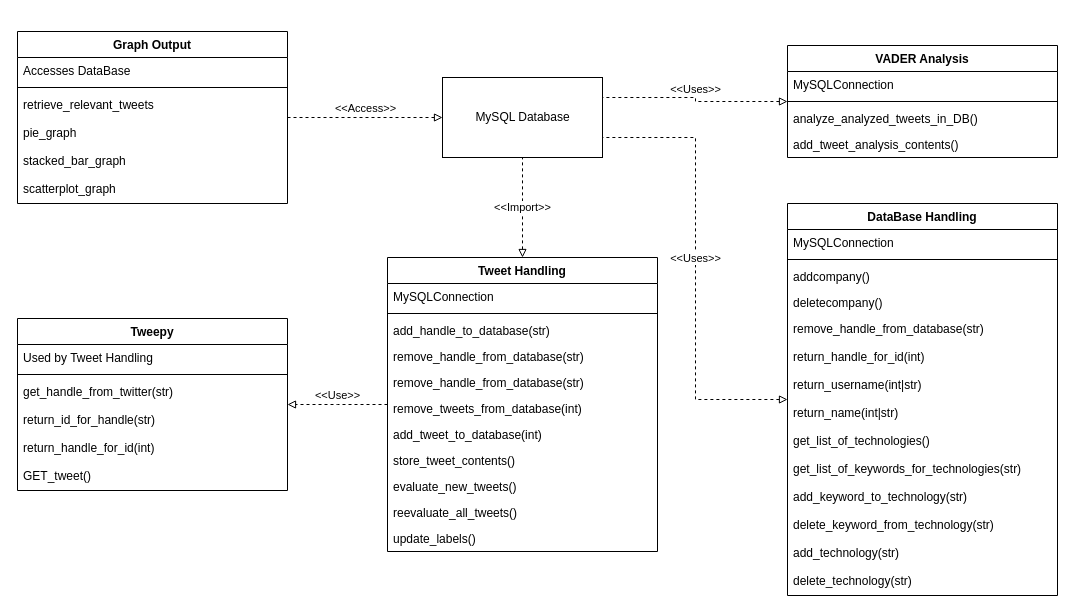
Before: uml/Iteration4SubsystemClassDiagram.drawio in agarcia169/4306-Donaldson-Project, a draw.io diagram. Source tidied: cells renumbered, new cells numbered last; positions are measured from the earlier drawing's top-left corner, leaving out a move shared by most shapes. Both pictures are drawn from the tidied source at 100%, with x=0, y=0 at pixel (17, 31).
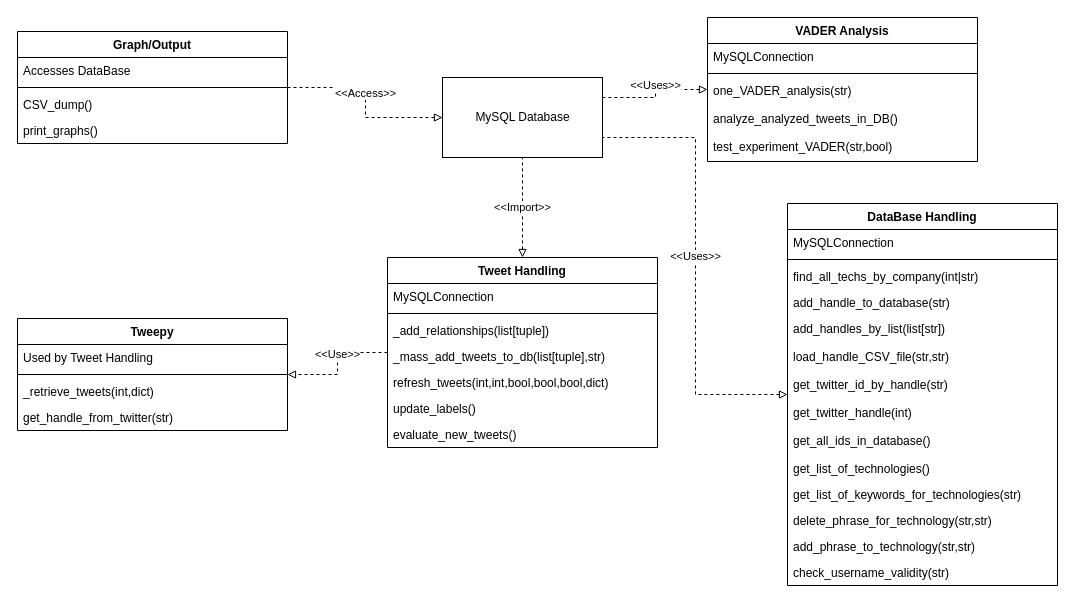
The same diagram, later.

What changed in the source:
```diff
@@
     <mxCell id="5" value="Tweepy" style="swimlane;fontStyle=1;align=center;verticalAlign=top;horizontal=1;startSize=26;" parent="1" vertex="1">
-      <mxGeometry y="287" width="270" height="172" as="geometry" />
+      <mxGeometry y="287" width="270" height="112" as="geometry" />
     </mxCell>
@@
+    <mxCell id="54" value="_retrieve_tweets(int,dict)" style="text;strokeColor=none;fillColor=none;align=left;verticalAlign=top;spacingLeft=4;spacingRight=4;overflow=hidden;" parent="5" vertex="1">
+      <mxGeometry y="60" width="270" height="26" as="geometry" />
+    </mxCell>
     <mxCell id="8" value="get_handle_from_twitter(str)" style="text;strokeColor=none;fillColor=none;align=left;verticalAlign=top;spacingLeft=4;spacingRight=4;overflow=hidden;" parent="5" vertex="1">
-      <mxGeometry y="60" width="270" height="28" as="geometry" />
+      <mxGeometry y="86" width="270" height="26" as="geometry" />
     </mxCell>
-    <mxCell id="9" value="return_id_for_handle(str)" style="text;strokeColor=none;fillColor=none;align=left;verticalAlign=top;spacingLeft=4;spacingRight=4;overflow=hidden;" parent="5" vertex="1">
-      <mxGeometry y="88" width="270" height="28" as="geometry" />
-    </mxCell>
-    <mxCell id="10" value="return_handle_for_id(int)" style="text;strokeColor=none;fillColor=none;align=left;verticalAlign=top;spacingLeft=4;spacingRight=4;overflow=hidden;" parent="5" vertex="1">
-      <mxGeometry y="116" width="270" height="28" as="geometry" />
-    </mxCell>
-    <mxCell id="11" value="GET_tweet()" style="text;strokeColor=none;fillColor=none;align=left;verticalAlign=top;spacingLeft=4;spacingRight=4;overflow=hidden;" parent="5" vertex="1">
-      <mxGeometry y="144" width="270" height="28" as="geometry" />
-    </mxCell>
-    <mxCell id="12" value="Graph Output" style="swimlane;fontStyle=1;align=center;verticalAlign=top;horizontal=1;startSize=26;" parent="1" vertex="1">
-      <mxGeometry width="270" height="172" as="geometry" />
+    <mxCell id="12" value="Graph/Output" style="swimlane;fontStyle=1;align=center;verticalAlign=top;horizontal=1;startSize=26;" parent="1" vertex="1">
+      <mxGeometry width="270" height="112" as="geometry" />
     </mxCell>
@@
-    <mxCell id="15" value="retrieve_relevant_tweets" style="text;strokeColor=none;fillColor=none;align=left;verticalAlign=top;spacingLeft=4;spacingRight=4;overflow=hidden;" parent="12" vertex="1">
-      <mxGeometry y="60" width="270" height="28" as="geometry" />
-    </mxCell>
-    <mxCell id="16" value="pie_graph&#10;" style="text;strokeColor=none;fillColor=none;align=left;verticalAlign=top;spacingLeft=4;spacingRight=4;overflow=hidden;" parent="12" vertex="1">
-      <mxGeometry y="88" width="270" height="28" as="geometry" />
-    </mxCell>
-    <mxCell id="17" value="stacked_bar_graph" style="text;strokeColor=none;fillColor=none;align=left;verticalAlign=top;spacingLeft=4;spacingRight=4;overflow=hidden;" parent="12" vertex="1">
-      <mxGeometry y="116" width="270" height="28" as="geometry" />
-    </mxCell>
-    <mxCell id="18" value="scatterplot_graph" style="text;strokeColor=none;fillColor=none;align=left;verticalAlign=top;spacingLeft=4;spacingRight=4;overflow=hidden;" parent="12" vertex="1">
-      <mxGeometry y="144" width="270" height="28" as="geometry" />
-    </mxCell>
+    <mxCell id="55" value="CSV_dump()" style="text;strokeColor=none;fillColor=none;align=left;verticalAlign=top;spacingLeft=4;spacingRight=4;overflow=hidden;" parent="12" vertex="1">
+      <mxGeometry y="60" width="270" height="26" as="geometry" />
+    </mxCell>
+    <mxCell id="56" value="print_graphs()" style="text;strokeColor=none;fillColor=none;align=left;verticalAlign=top;spacingLeft=4;spacingRight=4;overflow=hidden;" parent="12" vertex="1">
+      <mxGeometry y="86" width="270" height="26" as="geometry" />
+    </mxCell>
     <mxCell id="19" value="Tweet Handling" style="swimlane;fontStyle=1;align=center;verticalAlign=top;horizontal=1;startSize=26;" parent="1" vertex="1">
-      <mxGeometry x="370" y="226" width="270" height="294" as="geometry" />
+      <mxGeometry x="370" y="226" width="270" height="190" as="geometry" />
     </mxCell>
@@
-    <mxCell id="22" value="add_handle_to_database(str)" style="text;strokeColor=none;fillColor=none;align=left;verticalAlign=top;spacingLeft=4;spacingRight=4;overflow=hidden;" parent="19" vertex="1">
-      <mxGeometry y="60" width="270" height="26" as="geometry" />
-    </mxCell>
-    <mxCell id="23" value="remove_handle_from_database(str)" style="text;strokeColor=none;fillColor=none;align=left;verticalAlign=top;spacingLeft=4;spacingRight=4;overflow=hidden;" parent="19" vertex="1">
-      <mxGeometry y="86" width="270" height="26" as="geometry" />
-    </mxCell>
-    <mxCell id="24" value="remove_handle_from_database(str)" style="text;strokeColor=none;fillColor=none;align=left;verticalAlign=top;spacingLeft=4;spacingRight=4;overflow=hidden;" parent="19" vertex="1">
-      <mxGeometry y="112" width="270" height="26" as="geometry" />
-    </mxCell>
-    <mxCell id="25" value="remove_tweets_from_database(int)" style="text;strokeColor=none;fillColor=none;align=left;verticalAlign=top;spacingLeft=4;spacingRight=4;overflow=hidden;" parent="19" vertex="1">
-      <mxGeometry y="138" width="270" height="26" as="geometry" />
-    </mxCell>
-    <mxCell id="26" value="add_tweet_to_database(int)" style="text;strokeColor=none;fillColor=none;align=left;verticalAlign=top;spacingLeft=4;spacingRight=4;overflow=hidden;" parent="19" vertex="1">
-      <mxGeometry y="164" width="270" height="26" as="geometry" />
-    </mxCell>
-    <mxCell id="27" value="store_tweet_contents()" style="text;strokeColor=none;fillColor=none;align=left;verticalAlign=top;spacingLeft=4;spacingRight=4;overflow=hidden;" parent="19" vertex="1">
-      <mxGeometry y="190" width="270" height="26" as="geometry" />
-    </mxCell>
+    <mxCell id="57" value="_add_relationships(list[tuple])" style="text;strokeColor=none;fillColor=none;align=left;verticalAlign=top;spacingLeft=4;spacingRight=4;overflow=hidden;" parent="19" vertex="1">
+      <mxGeometry y="60" width="270" height="26" as="geometry" />
+    </mxCell>
+    <mxCell id="58" value="_mass_add_tweets_to_db(list[tuple],str)" style="text;strokeColor=none;fillColor=none;align=left;verticalAlign=top;spacingLeft=4;spacingRight=4;overflow=hidden;" parent="19" vertex="1">
+      <mxGeometry y="86" width="270" height="26" as="geometry" />
+    </mxCell>
+    <mxCell id="59" value="refresh_tweets(int,int,bool,bool,bool,dict)" style="text;strokeColor=none;fillColor=none;align=left;verticalAlign=top;spacingLeft=4;spacingRight=4;overflow=hidden;" parent="19" vertex="1">
+      <mxGeometry y="112" width="270" height="26" as="geometry" />
+    </mxCell>
+    <mxCell id="30" value="update_labels()" style="text;strokeColor=none;fillColor=none;align=left;verticalAlign=top;spacingLeft=4;spacingRight=4;overflow=hidden;" parent="19" vertex="1">
+      <mxGeometry y="138" width="270" height="26" as="geometry" />
+    </mxCell>
     <mxCell id="28" value="evaluate_new_tweets()" style="text;strokeColor=none;fillColor=none;align=left;verticalAlign=top;spacingLeft=4;spacingRight=4;overflow=hidden;" parent="19" vertex="1">
-      <mxGeometry y="216" width="270" height="26" as="geometry" />
+      <mxGeometry y="164" width="270" height="26" as="geometry" />
     </mxCell>
-    <mxCell id="29" value="reevaluate_all_tweets()" style="text;strokeColor=none;fillColor=none;align=left;verticalAlign=top;spacingLeft=4;spacingRight=4;overflow=hidden;" parent="19" vertex="1">
-      <mxGeometry y="242" width="270" height="26" as="geometry" />
-    </mxCell>
-    <mxCell id="30" value="update_labels()" style="text;strokeColor=none;fillColor=none;align=left;verticalAlign=top;spacingLeft=4;spacingRight=4;overflow=hidden;" parent="19" vertex="1">
-      <mxGeometry y="268" width="270" height="26" as="geometry" />
-    </mxCell>
     <mxCell id="31" value="VADER Analysis" style="swimlane;fontStyle=1;align=center;verticalAlign=top;horizontal=1;startSize=26;" parent="1" vertex="1">
-      <mxGeometry x="770" y="14" width="270" height="112" as="geometry" />
+      <mxGeometry x="690" y="-14" width="270" height="144" as="geometry" />
     </mxCell>
@@
+    <mxCell id="60" value="one_VADER_analysis(str)" style="text;strokeColor=none;fillColor=none;align=left;verticalAlign=top;spacingLeft=4;spacingRight=4;overflow=hidden;" parent="31" vertex="1">
+      <mxGeometry y="60" width="270" height="28" as="geometry" />
+    </mxCell>
     <mxCell id="34" value="analyze_analyzed_tweets_in_DB()" style="text;strokeColor=none;fillColor=none;align=left;verticalAlign=top;spacingLeft=4;spacingRight=4;overflow=hidden;" parent="31" vertex="1">
-      <mxGeometry y="60" width="270" height="26" as="geometry" />
+      <mxGeometry y="88" width="270" height="28" as="geometry" />
     </mxCell>
-    <mxCell id="35" value="add_tweet_analysis_contents()" style="text;strokeColor=none;fillColor=none;align=left;verticalAlign=top;spacingLeft=4;spacingRight=4;overflow=hidden;" parent="31" vertex="1">
-      <mxGeometry y="86" width="270" height="26" as="geometry" />
-    </mxCell>
+    <mxCell id="61" value="test_experiment_VADER(str,bool)" style="text;strokeColor=none;fillColor=none;align=left;verticalAlign=top;spacingLeft=4;spacingRight=4;overflow=hidden;" parent="31" vertex="1">
+      <mxGeometry y="116" width="270" height="28" as="geometry" />
+    </mxCell>
     <mxCell id="36" value="DataBase Handling" style="swimlane;fontStyle=1;align=center;verticalAlign=top;horizontal=1;startSize=26;" parent="1" vertex="1">
-      <mxGeometry x="770" y="172" width="270" height="392" as="geometry" />
+      <mxGeometry x="770" y="172" width="270" height="382" as="geometry" />
     </mxCell>
@@
-    <mxCell id="39" value="addcompany()" style="text;strokeColor=none;fillColor=none;align=left;verticalAlign=top;spacingLeft=4;spacingRight=4;overflow=hidden;" parent="36" vertex="1">
-      <mxGeometry y="60" width="270" height="26" as="geometry" />
-    </mxCell>
-    <mxCell id="40" value="deletecompany()" style="text;strokeColor=none;fillColor=none;align=left;verticalAlign=top;spacingLeft=4;spacingRight=4;overflow=hidden;" parent="36" vertex="1">
-      <mxGeometry y="86" width="270" height="26" as="geometry" />
-    </mxCell>
-    <mxCell id="41" value="remove_handle_from_database(str)" style="text;strokeColor=none;fillColor=none;align=left;verticalAlign=top;spacingLeft=4;spacingRight=4;overflow=hidden;" parent="36" vertex="1">
-      <mxGeometry y="112" width="270" height="28" as="geometry" />
-    </mxCell>
-    <mxCell id="42" value="return_handle_for_id(int)" style="text;strokeColor=none;fillColor=none;align=left;verticalAlign=top;spacingLeft=4;spacingRight=4;overflow=hidden;" parent="36" vertex="1">
-      <mxGeometry y="140" width="270" height="28" as="geometry" />
-    </mxCell>
-    <mxCell id="43" value="return_username(int|str)" style="text;strokeColor=none;fillColor=none;align=left;verticalAlign=top;spacingLeft=4;spacingRight=4;overflow=hidden;" parent="36" vertex="1">
-      <mxGeometry y="168" width="270" height="28" as="geometry" />
-    </mxCell>
-    <mxCell id="44" value="return_name(int|str)" style="text;strokeColor=none;fillColor=none;align=left;verticalAlign=top;spacingLeft=4;spacingRight=4;overflow=hidden;" parent="36" vertex="1">
-      <mxGeometry y="196" width="270" height="28" as="geometry" />
-    </mxCell>
+    <mxCell id="62" value="find_all_techs_by_company(int|str)" style="text;strokeColor=none;fillColor=none;align=left;verticalAlign=top;spacingLeft=4;spacingRight=4;overflow=hidden;" parent="36" vertex="1">
+      <mxGeometry y="60" width="270" height="26" as="geometry" />
+    </mxCell>
+    <mxCell id="22" value="add_handle_to_database(str)" style="text;strokeColor=none;fillColor=none;align=left;verticalAlign=top;spacingLeft=4;spacingRight=4;overflow=hidden;" parent="36" vertex="1">
+      <mxGeometry y="86" width="270" height="26" as="geometry" />
+    </mxCell>
+    <mxCell id="63" value="add_handles_by_list(list[str])" style="text;strokeColor=none;fillColor=none;align=left;verticalAlign=top;spacingLeft=4;spacingRight=4;overflow=hidden;" parent="36" vertex="1">
+      <mxGeometry y="112" width="270" height="28" as="geometry" />
+    </mxCell>
+    <mxCell id="64" value="load_handle_CSV_file(str,str)" style="text;strokeColor=none;fillColor=none;align=left;verticalAlign=top;spacingLeft=4;spacingRight=4;overflow=hidden;" parent="36" vertex="1">
+      <mxGeometry y="140" width="270" height="28" as="geometry" />
+    </mxCell>
+    <mxCell id="65" value="get_twitter_id_by_handle(str)" style="text;strokeColor=none;fillColor=none;align=left;verticalAlign=top;spacingLeft=4;spacingRight=4;overflow=hidden;" parent="36" vertex="1">
+      <mxGeometry y="168" width="270" height="28" as="geometry" />
+    </mxCell>
+    <mxCell id="66" value="get_twitter_handle(int)" style="text;strokeColor=none;fillColor=none;align=left;verticalAlign=top;spacingLeft=4;spacingRight=4;overflow=hidden;" parent="36" vertex="1">
+      <mxGeometry y="196" width="270" height="28" as="geometry" />
+    </mxCell>
+    <mxCell id="67" value="get_all_ids_in_database()" style="text;strokeColor=none;fillColor=none;align=left;verticalAlign=top;spacingLeft=4;spacingRight=4;overflow=hidden;" parent="36" vertex="1">
+      <mxGeometry y="224" width="270" height="28" as="geometry" />
+    </mxCell>
     <mxCell id="45" value="get_list_of_technologies()" style="text;strokeColor=none;fillColor=none;align=left;verticalAlign=top;spacingLeft=4;spacingRight=4;overflow=hidden;" parent="36" vertex="1">
-      <mxGeometry y="224" width="270" height="28" as="geometry" />
+      <mxGeometry y="252" width="270" height="26" as="geometry" />
     </mxCell>
     <mxCell id="46" value="get_list_of_keywords_for_technologies(str)" style="text;strokeColor=none;fillColor=none;align=left;verticalAlign=top;spacingLeft=4;spacingRight=4;overflow=hidden;" parent="36" vertex="1">
-      <mxGeometry y="252" width="270" height="28" as="geometry" />
+      <mxGeometry y="278" width="270" height="26" as="geometry" />
     </mxCell>
-    <mxCell id="47" value="add_keyword_to_technology(str)" style="text;strokeColor=none;fillColor=none;align=left;verticalAlign=top;spacingLeft=4;spacingRight=4;overflow=hidden;" parent="36" vertex="1">
-      <mxGeometry y="280" width="270" height="28" as="geometry" />
-    </mxCell>
-    <mxCell id="48" value="delete_keyword_from_technology(str)" style="text;strokeColor=none;fillColor=none;align=left;verticalAlign=top;spacingLeft=4;spacingRight=4;overflow=hidden;" parent="36" vertex="1">
-      <mxGeometry y="308" width="270" height="28" as="geometry" />
-    </mxCell>
-    <mxCell id="49" value="add_technology(str)" style="text;strokeColor=none;fillColor=none;align=left;verticalAlign=top;spacingLeft=4;spacingRight=4;overflow=hidden;" parent="36" vertex="1">
-      <mxGeometry y="336" width="270" height="28" as="geometry" />
-    </mxCell>
-    <mxCell id="50" value="delete_technology(str)" style="text;strokeColor=none;fillColor=none;align=left;verticalAlign=top;spacingLeft=4;spacingRight=4;overflow=hidden;" parent="36" vertex="1">
-      <mxGeometry y="364" width="270" height="28" as="geometry" />
-    </mxCell>
+    <mxCell id="68" value="delete_phrase_for_technology(str,str)" style="text;strokeColor=none;fillColor=none;align=left;verticalAlign=top;spacingLeft=4;spacingRight=4;overflow=hidden;" parent="36" vertex="1">
+      <mxGeometry y="304" width="270" height="26" as="geometry" />
+    </mxCell>
+    <mxCell id="69" value="add_phrase_to_technology(str,str)" style="text;strokeColor=none;fillColor=none;align=left;verticalAlign=top;spacingLeft=4;spacingRight=4;overflow=hidden;" parent="36" vertex="1">
+      <mxGeometry y="330" width="270" height="26" as="geometry" />
+    </mxCell>
+    <mxCell id="70" value="check_username_validity(str)" style="text;strokeColor=none;fillColor=none;align=left;verticalAlign=top;spacingLeft=4;spacingRight=4;overflow=hidden;" parent="36" vertex="1">
+      <mxGeometry y="356" width="270" height="26" as="geometry" />
+    </mxCell>
```
